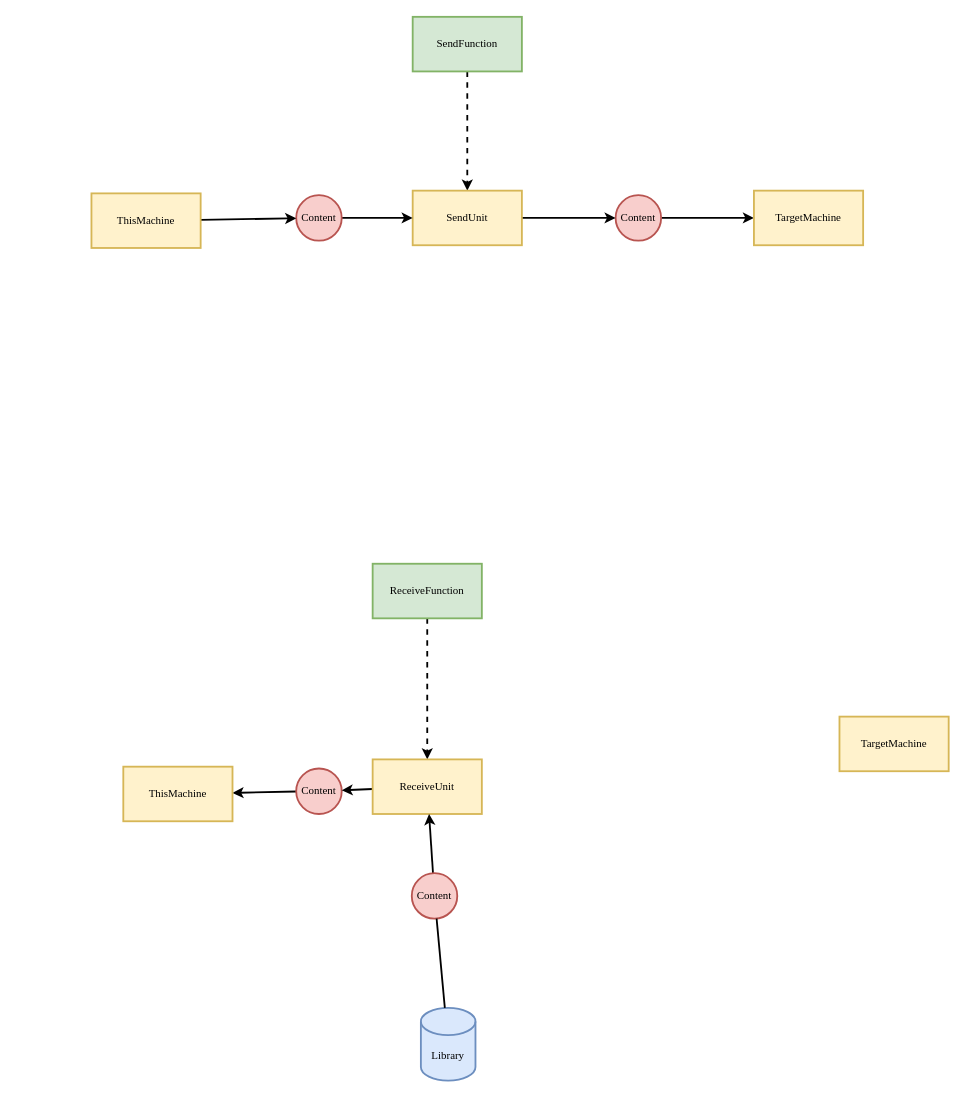
Earlier version of the draw.io diagram page "Unit功能" (5 of 11) of Analyse/总体分析框架.drawio (EntelechySystem/EntelechySystem_theory). Source tidied: cells renumbered, new cells numbered last; positions are measured from the earlier drawing's top-left corner, leaving out a move shared by most shapes. Both pictures are drawn from the tidied source at 91%, with x=0, y=0 at pixel (91, 16).
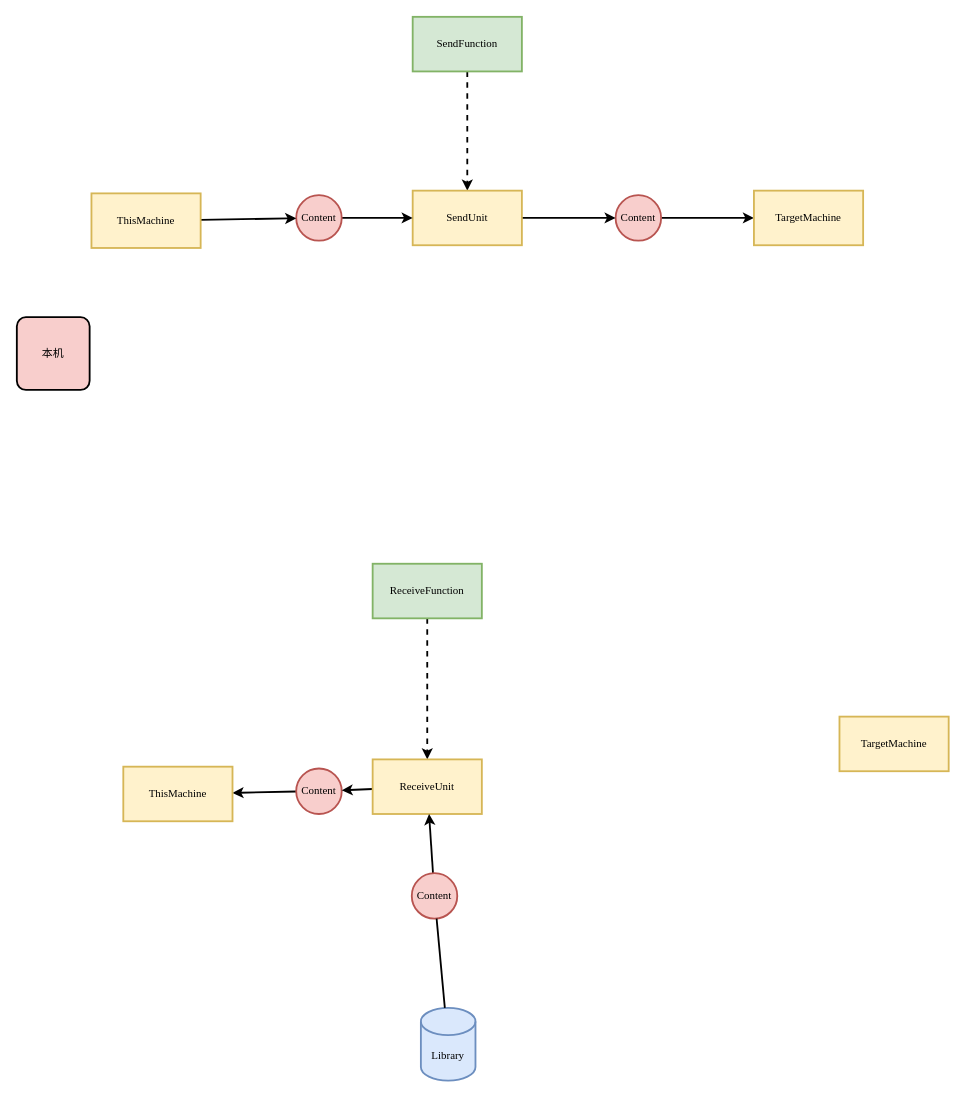
The same page after the edit.

The edit, as a diff of the source:
```diff
@@
+    <mxCell id="25" value="本机" style="rounded=1;whiteSpace=wrap;html=1;fontFamily=Times New Roman;fontSize=12;fontColor=default;align=center;strokeColor=default;fillColor=#f8cecc;absoluteArcSize=1;strokeWidth=2;enumerate=0;comic=0;fixedWidth=0;" parent="1" vertex="1">
+      <mxGeometry x="-82" y="330" width="80" height="80" as="geometry" />
+    </mxCell>
```
